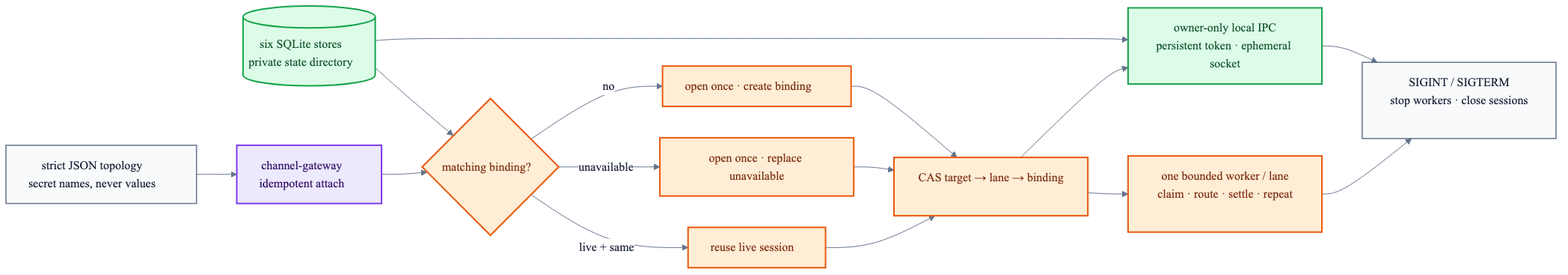
Before: v2/docs/runtime-startup-flow.png, a diagram exported from Mermaid (fontanierh/crab). Its source is kept beside it as v2/docs/runtime-startup-flow.mmd.
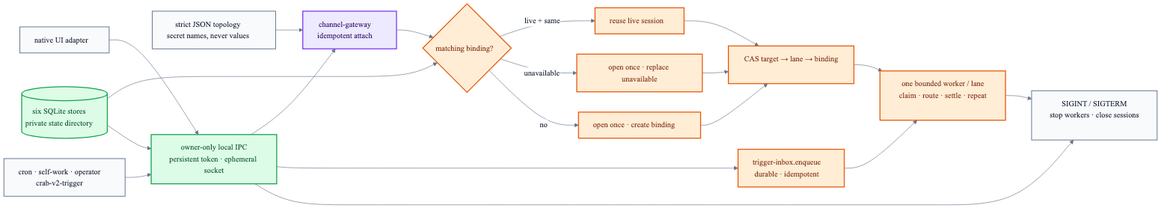
After the change.

Commit message:
feat(v2): restore durable trigger CLI (#216)

What changed in the source:
```diff
@@ -3,7 +3,10 @@
     CONFIG["strict JSON topology<br/>secret names, never values"]
     STATE[("six SQLite stores<br/>private state directory")]
     IPC["owner-only local IPC<br/>persistent token · ephemeral socket"]
+    UI["native UI adapter"]
+    TRIGGER["cron · self-work · operator<br/>crab-v2-trigger"]
     ATTACH["channel-gateway<br/>idempotent attach"]
+    INBOX["trigger-inbox.enqueue<br/>durable · idempotent"]
     RECOVER{"matching binding?"}
     REUSE["reuse live session"]
     REBIND["open once · replace unavailable"]
@@ -13,6 +16,8 @@
     SIGNAL["SIGINT / SIGTERM<br/>stop workers · close sessions"]
 
     CONFIG --> ATTACH
+    UI --> IPC --> ATTACH
+    TRIGGER --> IPC --> INBOX --> WORKER
     STATE --> RECOVER
     ATTACH --> RECOVER
     RECOVER -->|"live + same"| REUSE
@@ -23,7 +28,6 @@
     BIND --> ROUTE
     ROUTE --> WORKER
     STATE --> IPC
-    ROUTE --> IPC
     WORKER --> SIGNAL
     IPC --> SIGNAL
 
@@ -31,7 +35,7 @@
     classDef durable fill:#dcfce7,stroke:#16a34a,stroke-width:2px,color:#14532d;
     classDef agent fill:#ede9fe,stroke:#7c3aed,stroke-width:2px,color:#2e1065;
     classDef runtime fill:#ffedd5,stroke:#ea580c,stroke-width:2px,color:#7c2d12;
-    class CONFIG,SIGNAL config;
+    class CONFIG,UI,TRIGGER,SIGNAL config;
     class STATE,IPC durable;
     class ATTACH agent;
-    class RECOVER,REUSE,REBIND,BIND,ROUTE,WORKER runtime;
+    class RECOVER,REUSE,REBIND,BIND,ROUTE,INBOX,WORKER runtime;
```
